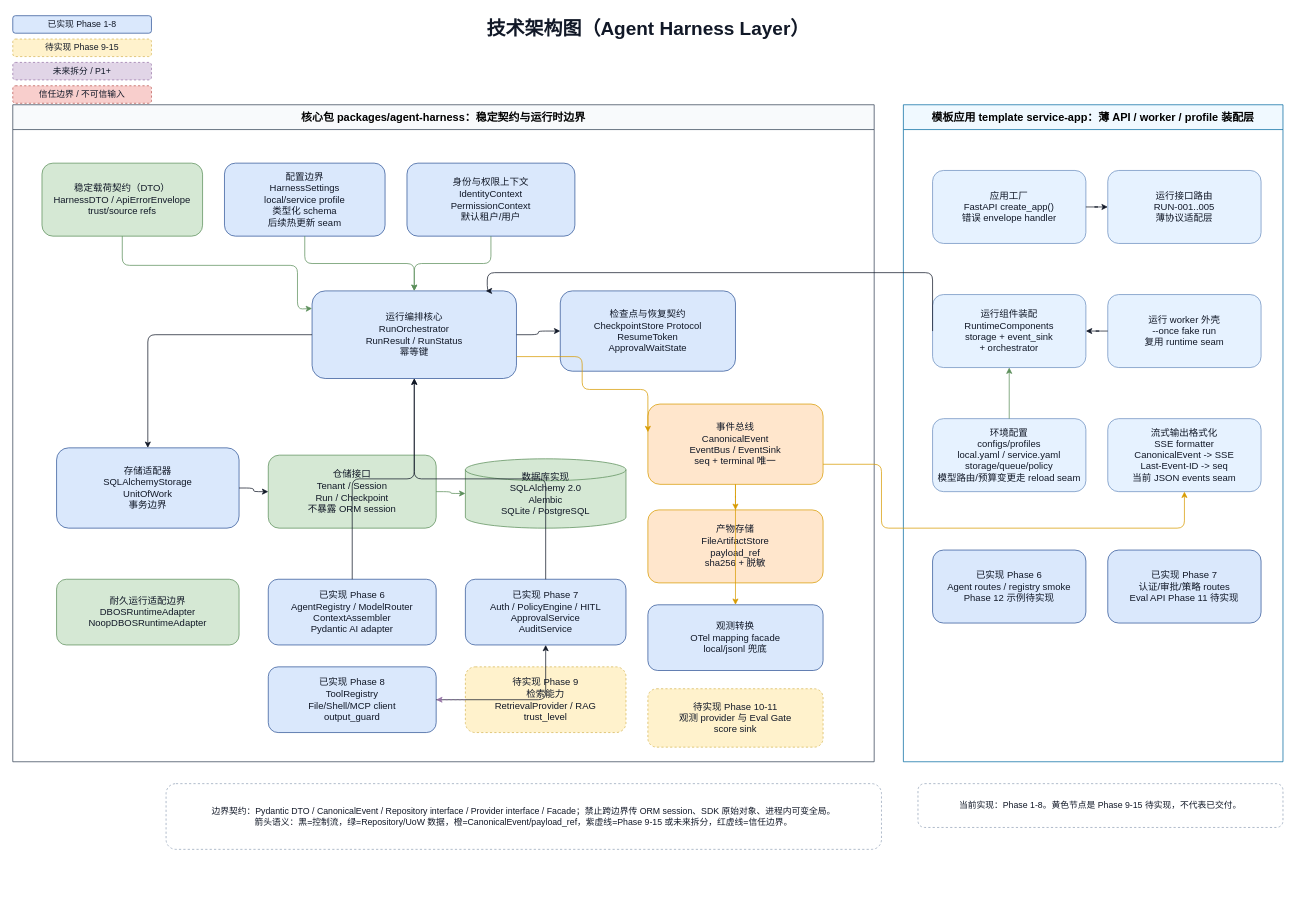
Earlier version of the draw.io diagram docs/architecture/agent-harness-technical-architecture.drawio (wdmcheng/agent-harness-layer). Source tidied: cells renumbered, new cells numbered last; positions are measured from the earlier drawing's top-left corner, leaving out a move shared by most shapes. Both pictures are drawn from the tidied source at 73%, with x=0, y=0 at pixel (12, 12).
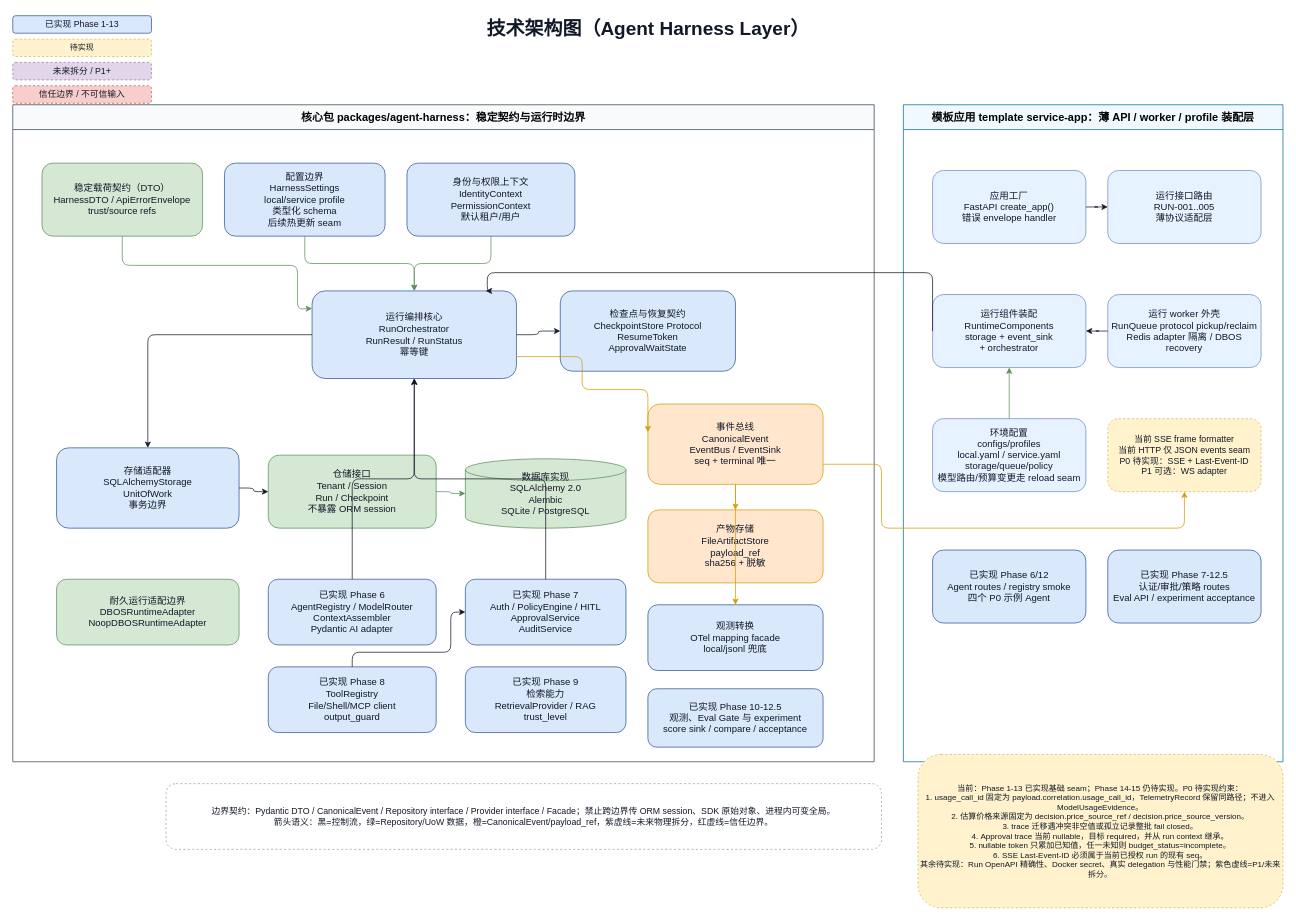
The same page after the edit.

The change refers to these unchanged cells:
```xml
<mxCell id="7" value="核心包 packages/agent-harness：稳定契约与运行时边界" style="swimlane;startSize=34;html=1;whiteSpace=wrap;rounded=0;fontSize=15;fontStyle=1;fillColor=#f8fafc;strokeColor=#334155;" parent="1" vertex="1">
  <mxGeometry y="126" width="1180" height="900" as="geometry" />
</mxCell>
<mxCell id="8" value="模板应用 template service-app：薄 API / worker / profile 装配层" style="swimlane;startSize=34;html=1;whiteSpace=wrap;rounded=0;fontSize=15;fontStyle=1;fillColor=#f0f9ff;strokeColor=#0369a1;" parent="1" vertex="1">
  <mxGeometry x="1220" y="126" width="520" height="900" as="geometry" />
</mxCell>
<mxCell id="24" value="已实现 Phase 7&#10;Auth / PolicyEngine / HITL&#10;ApprovalService&#10;AuditService" style="rounded=1;whiteSpace=wrap;html=1;fillColor=#dae8fc;strokeColor=#2f5597;fontColor=#111827;fontSize=13;" parent="7" vertex="1">
  <mxGeometry x="620" y="650" width="220" height="90" as="geometry" />
</mxCell>
<mxCell id="25" value="已实现 Phase 8&#10;ToolRegistry&#10;File/Shell/MCP client&#10;output_guard" style="rounded=1;whiteSpace=wrap;html=1;fillColor=#dae8fc;strokeColor=#2f5597;fontColor=#111827;fontSize=13;" parent="7" vertex="1">
  <mxGeometry x="350" y="770" width="230" height="90" as="geometry" />
</mxCell>
```

Change to the diagram source:
```diff
@@
-    <mxCell id="3" value="已实现 Phase 1-8" style="rounded=1;whiteSpace=wrap;html=1;fillColor=#dae8fc;strokeColor=#2f5597;fontColor=#111827;fontSize=13;fontSize=12;" parent="1" vertex="1">
+    <mxCell id="3" value="已实现 Phase 1-13" style="rounded=1;whiteSpace=wrap;html=1;fillColor=#dae8fc;strokeColor=#2f5597;fontColor=#111827;fontSize=12;" parent="1" vertex="1">
       <mxGeometry y="4" width="190" height="24" as="geometry" />
     </mxCell>
-    <mxCell id="4" value="待实现 Phase 9-15" style="rounded=1;whiteSpace=wrap;html=1;fillColor=#fff2cc;strokeColor=#d6b656;fontColor=#111827;fontSize=13;dashed=1;fontSize=12;" parent="1" vertex="1">
+    <mxCell id="4" value="待实现" style="rounded=1;whiteSpace=wrap;html=1;fillColor=#fff2cc;strokeColor=#d6b656;fontColor=#111827;fontSize=11;dashed=1;" parent="1" vertex="1">
       <mxGeometry y="36" width="190" height="24" as="geometry" />
     </mxCell>
-    <mxCell id="5" value="未来拆分 / P1+" style="rounded=1;whiteSpace=wrap;html=1;fillColor=#e1d5e7;strokeColor=#9673a6;fontColor=#111827;fontSize=13;dashed=1;fontSize=12;" parent="1" vertex="1">
+    <mxCell id="5" value="未来拆分 / P1+" style="rounded=1;whiteSpace=wrap;html=1;fillColor=#e1d5e7;strokeColor=#9673a6;fontColor=#111827;fontSize=12;dashed=1;" parent="1" vertex="1">
       <mxGeometry y="68" width="190" height="24" as="geometry" />
     </mxCell>
-    <mxCell id="6" value="信任边界 / 不可信输入" style="rounded=1;whiteSpace=wrap;html=1;fillColor=#f8cecc;strokeColor=#b85450;fontColor=#111827;fontSize=13;dashed=1;fontSize=12;" parent="1" vertex="1">
+    <mxCell id="6" value="信任边界 / 不可信输入" style="rounded=1;whiteSpace=wrap;html=1;fillColor=#f8cecc;strokeColor=#b85450;fontColor=#111827;fontSize=12;dashed=1;" parent="1" vertex="1">
       <mxGeometry y="100" width="190" height="24" as="geometry" />
     </mxCell>
@@
-    <mxCell id="9" value="边界契约：Pydantic DTO / CanonicalEvent / Repository interface / Provider interface / Facade；禁止跨边界传 ORM session、SDK 原始对象、进程内可变全局。&#10;箭头语义：黑=控制流，绿=Repository/UoW 数据，橙=CanonicalEvent/payload_ref，紫虚线=Phase 9-15 或未来拆分，红虚线=信任边界。" style="rounded=1;whiteSpace=wrap;html=1;fillColor=#ffffff;strokeColor=#94a3b8;fontColor=#111827;fontSize=12;dashed=1;" parent="1" vertex="1">
+    <mxCell id="9" value="边界契约：Pydantic DTO / CanonicalEvent / Repository interface / Provider interface / Facade；禁止跨边界传 ORM session、SDK 原始对象、进程内可变全局。&#10;箭头语义：黑=控制流，绿=Repository/UoW 数据，橙=CanonicalEvent/payload_ref，紫虚线=未来物理拆分，红虚线=信任边界。" style="rounded=1;whiteSpace=wrap;html=1;fillColor=#ffffff;strokeColor=#94a3b8;fontColor=#111827;fontSize=12;dashed=1;" parent="1" vertex="1">
       <mxGeometry x="210" y="1056" width="980" height="90" as="geometry" />
     </mxCell>
-    <mxCell id="10" value="当前实现：Phase 1-8。黄色节点是 Phase 9-15 待实现，不代表已交付。" style="rounded=1;whiteSpace=wrap;html=1;fillColor=#ffffff;strokeColor=#94a3b8;fontColor=#111827;fontSize=12;dashed=1;" parent="1" vertex="1">
-      <mxGeometry x="1240" y="1056" width="500" height="60" as="geometry" />
+    <mxCell id="10" value="当前：Phase 1-13 已实现基础 seam；Phase 14-15 仍待实现。P0 待实现约束：&#10;1. usage_call_id 固定为 payload.correlation.usage_call_id，TelemetryRecord 保留同路径；不进入 ModelUsageEvidence。&#10;2. 估算价格来源固定为 decision.price_source_ref / decision.price_source_version。&#10;3. trace 迁移遇冲突非空值或孤立记录整批 fail closed。&#10;4. Approval trace 当前 nullable，目标 required，并从 run context 继承。&#10;5. nullable token 只累加已知值，任一未知则 budget_status=incomplete。&#10;6. SSE Last-Event-ID 必须属于当前已授权 run 的现有 seq。&#10;其余待实现：Run OpenAPI 精确性、Docker secret、真实 delegation 与性能门禁；紫色虚线=P1/未来拆分。" style="rounded=1;whiteSpace=wrap;html=1;fillColor=#fff2cc;strokeColor=#d6b656;fontColor=#111827;fontSize=11;dashed=1;" parent="1" vertex="1">
+      <mxGeometry x="1240" y="1016" width="500" height="210" as="geometry" />
     </mxCell>
@@
-    <mxCell id="26" value="待实现 Phase 9&#10;检索能力&#10;RetrievalProvider / RAG&#10;trust_level" style="rounded=1;whiteSpace=wrap;html=1;fillColor=#fff2cc;strokeColor=#d6b656;fontColor=#111827;fontSize=13;dashed=1;" parent="7" vertex="1">
+    <mxCell id="26" value="已实现 Phase 9&#10;检索能力&#10;RetrievalProvider / RAG&#10;trust_level" style="rounded=1;whiteSpace=wrap;html=1;fillColor=#dae8fc;strokeColor=#2f5597;fontColor=#111827;fontSize=13;" parent="7" vertex="1">
       <mxGeometry x="620" y="770" width="220" height="90" as="geometry" />
     </mxCell>
-    <mxCell id="27" value="待实现 Phase 10-11&#10;观测 provider 与 Eval Gate&#10;score sink" style="rounded=1;whiteSpace=wrap;html=1;fillColor=#fff2cc;strokeColor=#d6b656;fontColor=#111827;fontSize=13;dashed=1;" parent="7" vertex="1">
+    <mxCell id="27" value="已实现 Phase 10-12.5&#10;观测、Eval Gate 与 experiment&#10;score sink / compare / acceptance" style="rounded=1;whiteSpace=wrap;html=1;fillColor=#dae8fc;strokeColor=#2f5597;fontColor=#111827;fontSize=13;" parent="7" vertex="1">
       <mxGeometry x="870" y="800" width="240" height="80" as="geometry" />
     </mxCell>
@@
-    <mxCell id="31" value="运行 worker 外壳&#10;--once fake run&#10;复用 runtime seam" style="rounded=1;whiteSpace=wrap;html=1;fillColor=#e6f2ff;strokeColor=#6c8ebf;fontColor=#111827;fontSize=13;" parent="8" vertex="1">
+    <mxCell id="31" value="运行 worker 外壳&#10;RunQueue protocol pickup/reclaim&#10;Redis adapter 隔离 / DBOS recovery" style="rounded=1;whiteSpace=wrap;html=1;fillColor=#e6f2ff;strokeColor=#6c8ebf;fontColor=#111827;fontSize=13;" parent="8" vertex="1">
       <mxGeometry x="280" y="260" width="210" height="100" as="geometry" />
     </mxCell>
@@
-    <mxCell id="33" value="流式输出格式化&#10;SSE formatter&#10;CanonicalEvent -&gt; SSE&#10;Last-Event-ID -&gt; seq&#10;当前 JSON events seam" style="rounded=1;whiteSpace=wrap;html=1;fillColor=#e6f2ff;strokeColor=#6c8ebf;fontColor=#111827;fontSize=13;" parent="8" vertex="1">
+    <mxCell id="33" value="当前 SSE frame formatter&#10;当前 HTTP 仅 JSON events seam&#10;P0 待实现：SSE + Last-Event-ID&#10;P1 可选：WS adapter" style="rounded=1;whiteSpace=wrap;html=1;fillColor=#fff2cc;strokeColor=#d6b656;fontColor=#111827;fontSize=12;dashed=1;" parent="8" vertex="1">
       <mxGeometry x="280" y="430" width="210" height="100" as="geometry" />
     </mxCell>
-    <mxCell id="34" value="已实现 Phase 6&#10;Agent routes / registry smoke&#10;Phase 12 示例待实现" style="rounded=1;whiteSpace=wrap;html=1;fillColor=#dae8fc;strokeColor=#2f5597;fontColor=#111827;fontSize=13;" parent="8" vertex="1">
+    <mxCell id="34" value="已实现 Phase 6/12&#10;Agent routes / registry smoke&#10;四个 P0 示例 Agent" style="rounded=1;whiteSpace=wrap;html=1;fillColor=#dae8fc;strokeColor=#2f5597;fontColor=#111827;fontSize=13;" parent="8" vertex="1">
       <mxGeometry x="40" y="610" width="210" height="100" as="geometry" />
     </mxCell>
-    <mxCell id="35" value="已实现 Phase 7&#10;认证/审批/策略 routes&#10;Eval API Phase 11 待实现" style="rounded=1;whiteSpace=wrap;html=1;fillColor=#dae8fc;strokeColor=#2f5597;fontColor=#111827;fontSize=13;" parent="8" vertex="1">
+    <mxCell id="35" value="已实现 Phase 7-12.5&#10;认证/审批/策略 routes&#10;Eval API / experiment acceptance" style="rounded=1;whiteSpace=wrap;html=1;fillColor=#dae8fc;strokeColor=#2f5597;fontColor=#111827;fontSize=13;" parent="8" vertex="1">
       <mxGeometry x="280" y="610" width="210" height="100" as="geometry" />
     </mxCell>
@@
-    <mxCell id="53" style="edgeStyle=orthogonalEdgeStyle;rounded=1;jettySize=auto;html=1;fontSize=11;labelBackgroundColor=#ffffff;strokeColor=#111827;" parent="1" edge="1" source="25" target="24">
-      <mxGeometry relative="1" as="geometry" />
+    <mxCell id="53" style="edgeStyle=orthogonalEdgeStyle;rounded=1;jettySize=auto;html=1;fontSize=11;labelBackgroundColor=#ffffff;strokeColor=#111827;exitX=0.5;exitY=0;exitDx=0;exitDy=0;entryX=0;entryY=0.5;entryDx=0;entryDy=0;" parent="1" edge="1" source="25" target="24">
+      <mxGeometry relative="1" as="geometry">
+        <Array as="points">
+          <mxPoint x="465" y="876" />
+          <mxPoint x="600" y="876" />
+          <mxPoint x="600" y="821" />
+        </Array>
+      </mxGeometry>
     </mxCell>
-    <mxCell id="54" style="edgeStyle=orthogonalEdgeStyle;rounded=1;jettySize=auto;html=1;fontSize=11;labelBackgroundColor=#ffffff;strokeColor=#9673a6;dashed=1;" parent="1" edge="1" source="26" target="25">
-      <mxGeometry relative="1" as="geometry" />
-    </mxCell>
```
